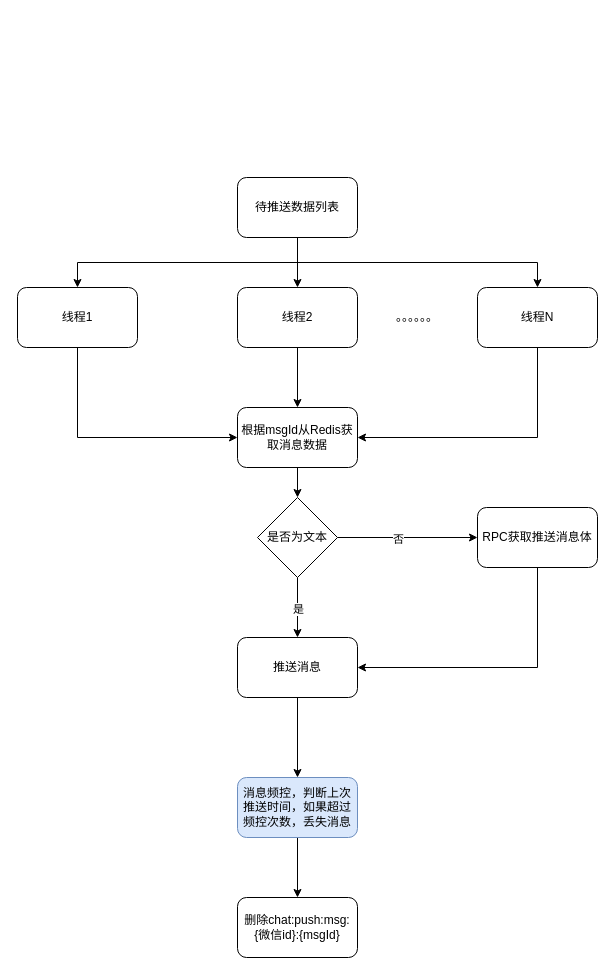
Before: miyuan/推送流程.drawio in smallleaf/draw.io, a draw.io diagram. Source tidied: cells renumbered, new cells numbered last; positions are measured from the earlier drawing's top-left corner, leaving out a move shared by most shapes. Both pictures are drawn from the tidied source at 100%, with x=0, y=0 at pixel (17, 177).
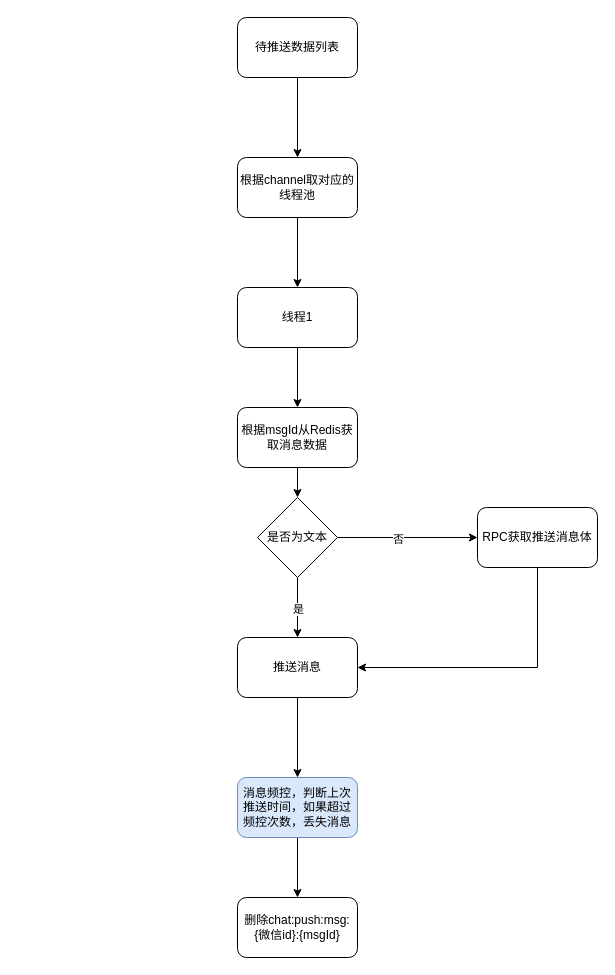
Above is the later version.

Commit message:
更新推送流程.drawio

The change refers to these unchanged cells:
```xml
<mxCell id="14" value="根据msgId从Redis获取消息数据" style="rounded=1;whiteSpace=wrap;html=1;" parent="1" vertex="1">
  <mxGeometry x="220" y="230" width="120" height="60" as="geometry" />
</mxCell>
```

Diff of the diagram source:
```diff
@@
-    <mxCell id="2" style="edgeStyle=orthogonalEdgeStyle;rounded=0;jettySize=auto;html=1;exitX=0.5;exitY=1;exitDx=0;exitDy=0;" parent="1" edge="1" source="5" target="7">
-      <mxGeometry relative="1" as="geometry" />
-    </mxCell>
-    <mxCell id="3" style="edgeStyle=orthogonalEdgeStyle;rounded=0;jettySize=auto;html=1;exitX=0.5;exitY=1;exitDx=0;exitDy=0;entryX=0.5;entryY=0;entryDx=0;entryDy=0;" parent="1" edge="1" source="5" target="9">
-      <mxGeometry relative="1" as="geometry" />
-    </mxCell>
-    <mxCell id="4" style="edgeStyle=orthogonalEdgeStyle;rounded=0;jettySize=auto;html=1;exitX=0.5;exitY=1;exitDx=0;exitDy=0;entryX=0.5;entryY=0;entryDx=0;entryDy=0;" parent="1" edge="1" source="5" target="11">
-      <mxGeometry relative="1" as="geometry" />
-    </mxCell>
+    <mxCell id="27" style="edgeStyle=orthogonalEdgeStyle;rounded=0;jettySize=auto;html=1;" parent="1" edge="1" source="5" target="29">
+      <mxGeometry relative="1" as="geometry" />
+    </mxCell>
     <mxCell id="5" value="待推送数据列表" style="rounded=1;whiteSpace=wrap;html=1;" parent="1" vertex="1">
-      <mxGeometry x="220" width="120" height="60" as="geometry" />
+      <mxGeometry x="220" y="-160" width="120" height="60" as="geometry" />
     </mxCell>
-    <mxCell id="6" style="edgeStyle=orthogonalEdgeStyle;rounded=0;jettySize=auto;html=1;exitX=0.5;exitY=1;exitDx=0;exitDy=0;entryX=0;entryY=0.5;entryDx=0;entryDy=0;" parent="1" edge="1" source="7" target="14">
-      <mxGeometry relative="1" as="geometry" />
-    </mxCell>
-    <mxCell id="7" value="线程1" style="rounded=1;whiteSpace=wrap;html=1;" parent="1" vertex="1">
-      <mxGeometry y="110" width="120" height="60" as="geometry" />
-    </mxCell>
@@
-    <mxCell id="9" value="线程2" style="rounded=1;whiteSpace=wrap;html=1;" parent="1" vertex="1">
+    <mxCell id="9" value="线程1" style="rounded=1;whiteSpace=wrap;html=1;" parent="1" vertex="1">
       <mxGeometry x="220" y="110" width="120" height="60" as="geometry" />
     </mxCell>
-    <mxCell id="10" style="edgeStyle=orthogonalEdgeStyle;rounded=0;jettySize=auto;html=1;exitX=0.5;exitY=1;exitDx=0;exitDy=0;entryX=1;entryY=0.5;entryDx=0;entryDy=0;" parent="1" edge="1" source="11" target="14">
-      <mxGeometry relative="1" as="geometry" />
-    </mxCell>
-    <mxCell id="11" value="线程N" style="rounded=1;whiteSpace=wrap;html=1;" parent="1" vertex="1">
-      <mxGeometry x="460" y="110" width="120" height="60" as="geometry" />
-    </mxCell>
-    <mxCell id="12" value="。。。。。。" style="text;html=1;align=center;verticalAlign=middle;whiteSpace=wrap;rounded=0;" parent="1" vertex="1">
-      <mxGeometry x="370" y="125" width="60" height="30" as="geometry" />
-    </mxCell>
@@
+    <mxCell id="28" style="edgeStyle=orthogonalEdgeStyle;rounded=0;jettySize=auto;html=1;exitX=0.5;exitY=1;exitDx=0;exitDy=0;entryX=0.5;entryY=0;entryDx=0;entryDy=0;" parent="1" edge="1" source="29" target="9">
+      <mxGeometry relative="1" as="geometry" />
+    </mxCell>
+    <mxCell id="29" value="根据channel取对应的线程池" style="rounded=1;whiteSpace=wrap;html=1;" parent="1" vertex="1">
+      <mxGeometry x="220" y="-20" width="120" height="60" as="geometry" />
+    </mxCell>
```
